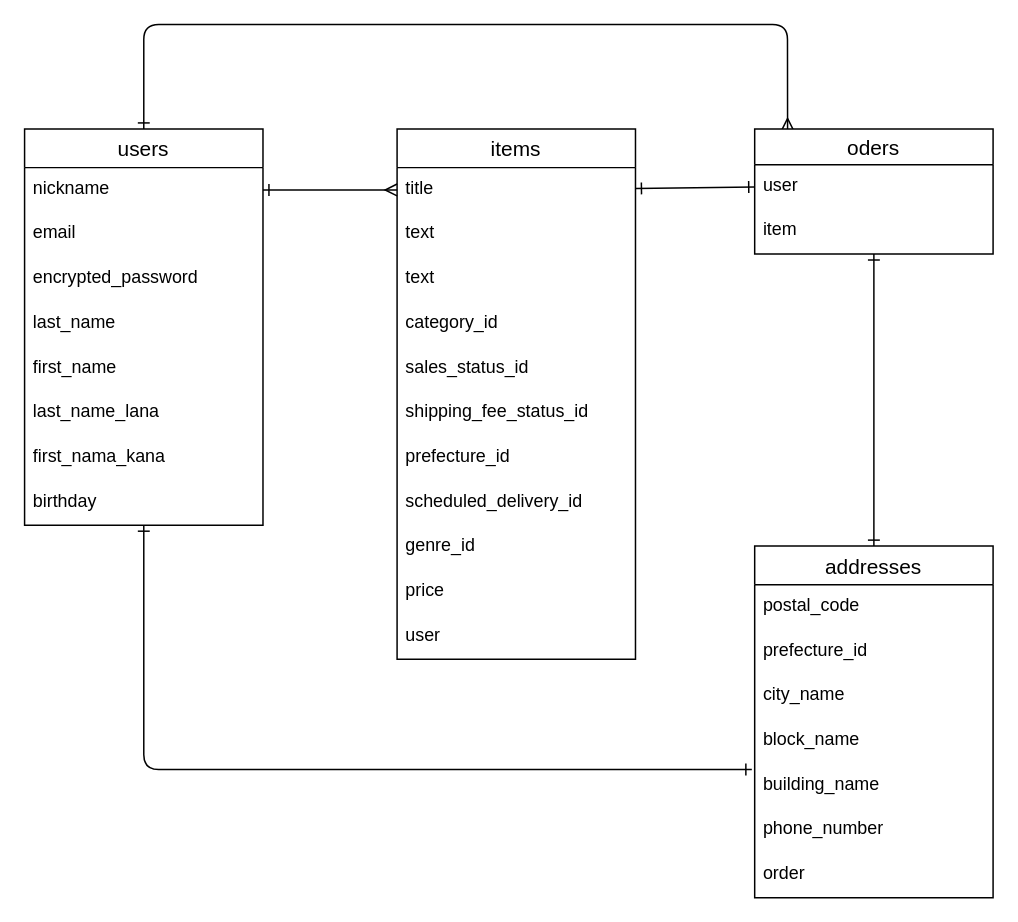
This is test.dio from natsandmilk777/furima-38905, a draw.io file, before an edit. Source tidied: cells renumbered, new cells numbered last; positions are measured from the earlier drawing's top-left corner, leaving out a move shared by most shapes. Both pictures are drawn from the tidied source at 149%, with x=0, y=0 at pixel (24, 24).
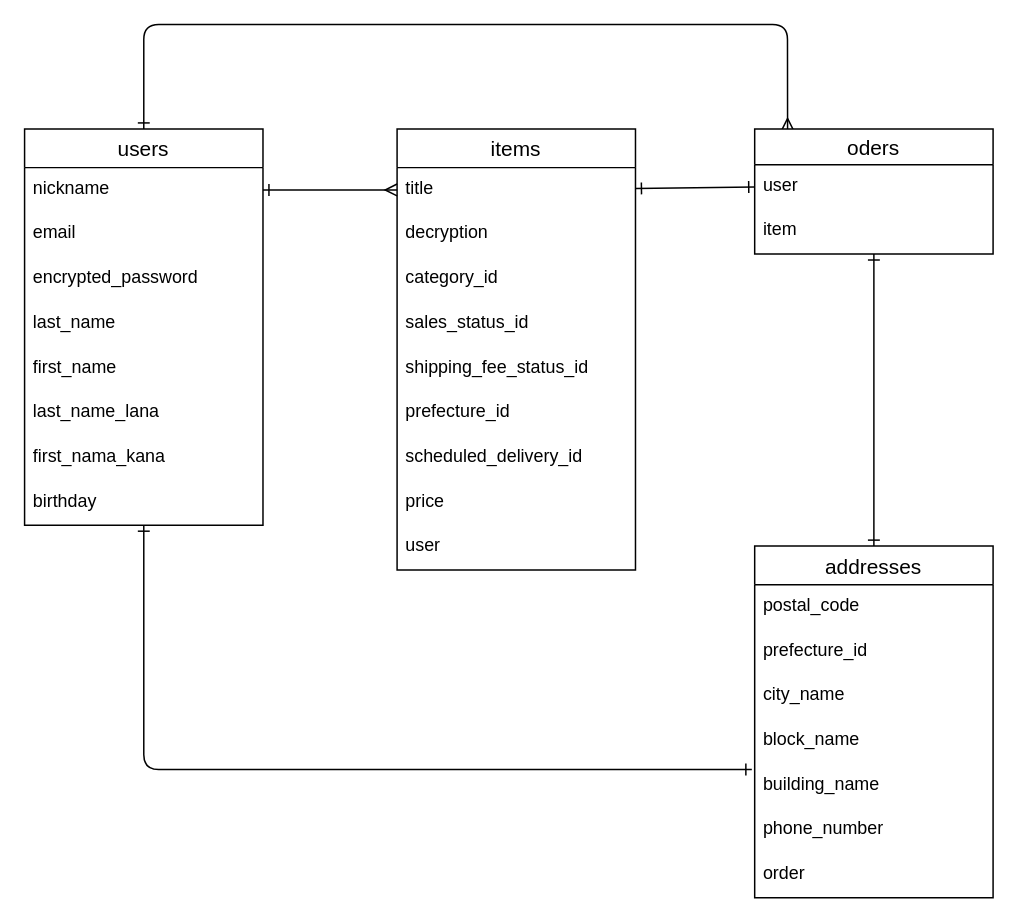
The same page after the edit.

The edit, as a diff of the source:
```diff
@@
     <mxCell id="13" value="items" style="swimlane;fontStyle=0;horizontal=1;startSize=26;align=center;fontSize=14;" parent="1" vertex="1">
-      <mxGeometry x="250" y="70" width="160" height="356" as="geometry" />
+      <mxGeometry x="250" y="70" width="160" height="296" as="geometry" />
     </mxCell>
@@
-    <mxCell id="15" value="text" style="text;strokeColor=none;fillColor=none;spacingLeft=4;spacingRight=4;overflow=hidden;fontSize=12;" parent="13" vertex="1">
-      <mxGeometry y="56" width="160" height="30" as="geometry" />
-    </mxCell>
-    <mxCell id="16" value="text" style="text;strokeColor=none;fillColor=none;spacingLeft=4;spacingRight=4;overflow=hidden;fontSize=12;" parent="13" vertex="1">
-      <mxGeometry y="86" width="160" height="30" as="geometry" />
+    <mxCell id="16" value="decryption" style="text;strokeColor=none;fillColor=none;spacingLeft=4;spacingRight=4;overflow=hidden;fontSize=12;" parent="13" vertex="1">
+      <mxGeometry y="56" width="160" height="30" as="geometry" />
     </mxCell>
     <mxCell id="17" value="category_id" style="text;strokeColor=none;fillColor=none;spacingLeft=4;spacingRight=4;overflow=hidden;fontSize=12;" parent="13" vertex="1">
-      <mxGeometry y="116" width="160" height="30" as="geometry" />
+      <mxGeometry y="86" width="160" height="30" as="geometry" />
     </mxCell>
     <mxCell id="18" value="sales_status_id" style="text;strokeColor=none;fillColor=none;spacingLeft=4;spacingRight=4;overflow=hidden;fontSize=12;" parent="13" vertex="1">
-      <mxGeometry y="146" width="160" height="30" as="geometry" />
+      <mxGeometry y="116" width="160" height="30" as="geometry" />
     </mxCell>
     <mxCell id="19" value="shipping_fee_status_id" style="text;strokeColor=none;fillColor=none;spacingLeft=4;spacingRight=4;overflow=hidden;fontSize=12;" parent="13" vertex="1">
-      <mxGeometry y="176" width="160" height="30" as="geometry" />
+      <mxGeometry y="146" width="160" height="30" as="geometry" />
     </mxCell>
     <mxCell id="20" value="prefecture_id" style="text;strokeColor=none;fillColor=none;spacingLeft=4;spacingRight=4;overflow=hidden;fontSize=12;" parent="13" vertex="1">
-      <mxGeometry y="206" width="160" height="30" as="geometry" />
+      <mxGeometry y="176" width="160" height="30" as="geometry" />
     </mxCell>
     <mxCell id="21" value="scheduled_delivery_id" style="text;strokeColor=none;fillColor=none;spacingLeft=4;spacingRight=4;overflow=hidden;fontSize=12;" parent="13" vertex="1">
-      <mxGeometry y="236" width="160" height="30" as="geometry" />
+      <mxGeometry y="206" width="160" height="30" as="geometry" />
     </mxCell>
-    <mxCell id="22" value="genre_id" style="text;strokeColor=none;fillColor=none;spacingLeft=4;spacingRight=4;overflow=hidden;fontSize=12;" parent="13" vertex="1">
-      <mxGeometry y="266" width="160" height="30" as="geometry" />
-    </mxCell>
     <mxCell id="23" value="price" style="text;strokeColor=none;fillColor=none;spacingLeft=4;spacingRight=4;overflow=hidden;fontSize=12;" parent="13" vertex="1">
-      <mxGeometry y="296" width="160" height="30" as="geometry" />
+      <mxGeometry y="236" width="160" height="30" as="geometry" />
     </mxCell>
     <mxCell id="24" value="user" style="text;strokeColor=none;fillColor=none;spacingLeft=4;spacingRight=4;overflow=hidden;fontSize=12;" parent="13" vertex="1">
-      <mxGeometry y="326" width="160" height="30" as="geometry" />
+      <mxGeometry y="266" width="160" height="30" as="geometry" />
     </mxCell>
```
